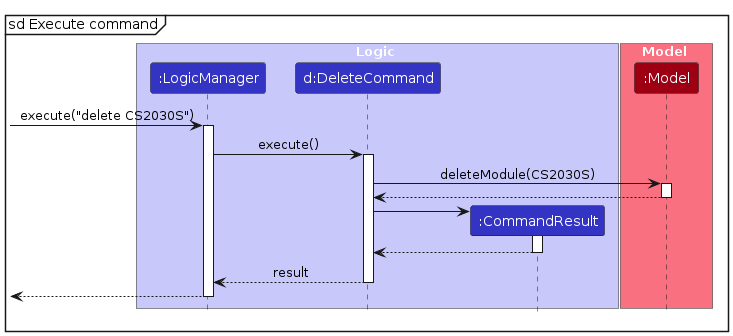
The PlantUML diagram diagrams/DeleteSequenceDiagram2.png in AY2324S1-CS2103T-T13-0/tp, before a commit. Its source is kept beside it as diagrams/DeleteSequenceDiagram2.puml.
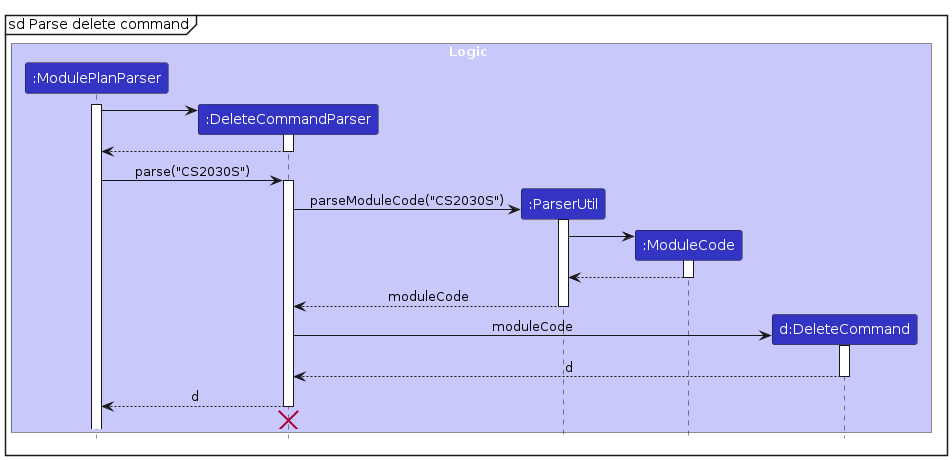
After the change.

Diff of the diagram source:
```diff
@@ -2,40 +2,51 @@
 !include style.puml
 skinparam ArrowFontStyle plain
 
-mainframe sd Execute command
+mainframe sd Parse delete command
 
 box Logic LOGIC_COLOR_T1
-participant ":LogicManager" as LogicManager LOGIC_COLOR
+participant ":ModulePlanParser" as ModulePlanParser LOGIC_COLOR
+participant ":DeleteCommandParser" as DeleteCommandParser LOGIC_COLOR
+participant ":ParserUtil" as ParserUtil LOGIC_COLOR
+participant ":ModuleCode" as ModuleCode LOGIC_COLOR
 participant "d:DeleteCommand" as DeleteCommand LOGIC_COLOR
-participant ":CommandResult" as CommandResult LOGIC_COLOR
 end box
 
-box Model MODEL_COLOR_T1
-participant ":Model" as Model MODEL_COLOR
-end box
+activate ModulePlanParser
 
-[-> LogicManager : execute("delete CS2030S")
-activate LogicManager
+create DeleteCommandParser
+ModulePlanParser -> DeleteCommandParser
+activate DeleteCommandParser
 
-LogicManager -> DeleteCommand : execute()
+DeleteCommandParser --> ModulePlanParser
+deactivate DeleteCommandParser
+
+ModulePlanParser -> DeleteCommandParser : parse("CS2030S")
+activate DeleteCommandParser
+
+create ParserUtil
+DeleteCommandParser -> ParserUtil : parseModuleCode("CS2030S")
+activate ParserUtil
+
+create ModuleCode
+ParserUtil -> ModuleCode
+activate ModuleCode
+ModuleCode --> ParserUtil
+deactivate ModuleCode
+
+ParserUtil --> DeleteCommandParser : moduleCode
+deactivate ParserUtil
+
+create DeleteCommand
+DeleteCommandParser -> DeleteCommand : moduleCode
 activate DeleteCommand
 
-DeleteCommand -> Model : deleteModule(CS2030S)
-activate Model
-
-Model --> DeleteCommand
-deactivate Model
-
-create CommandResult
-DeleteCommand -> CommandResult
-activate CommandResult
-
-CommandResult --> DeleteCommand
-deactivate CommandResult
-
-DeleteCommand --> LogicManager : result
+DeleteCommand --> DeleteCommandParser : d
 deactivate DeleteCommand
 
-[<--LogicManager
-deactivate LogicManager
+DeleteCommandParser --> ModulePlanParser : d
+deactivate DeleteCommandParser
+DeleteCommandParser -[hidden]-> ModulePlanParser
+destroy DeleteCommandParser
+
 @enduml
```
